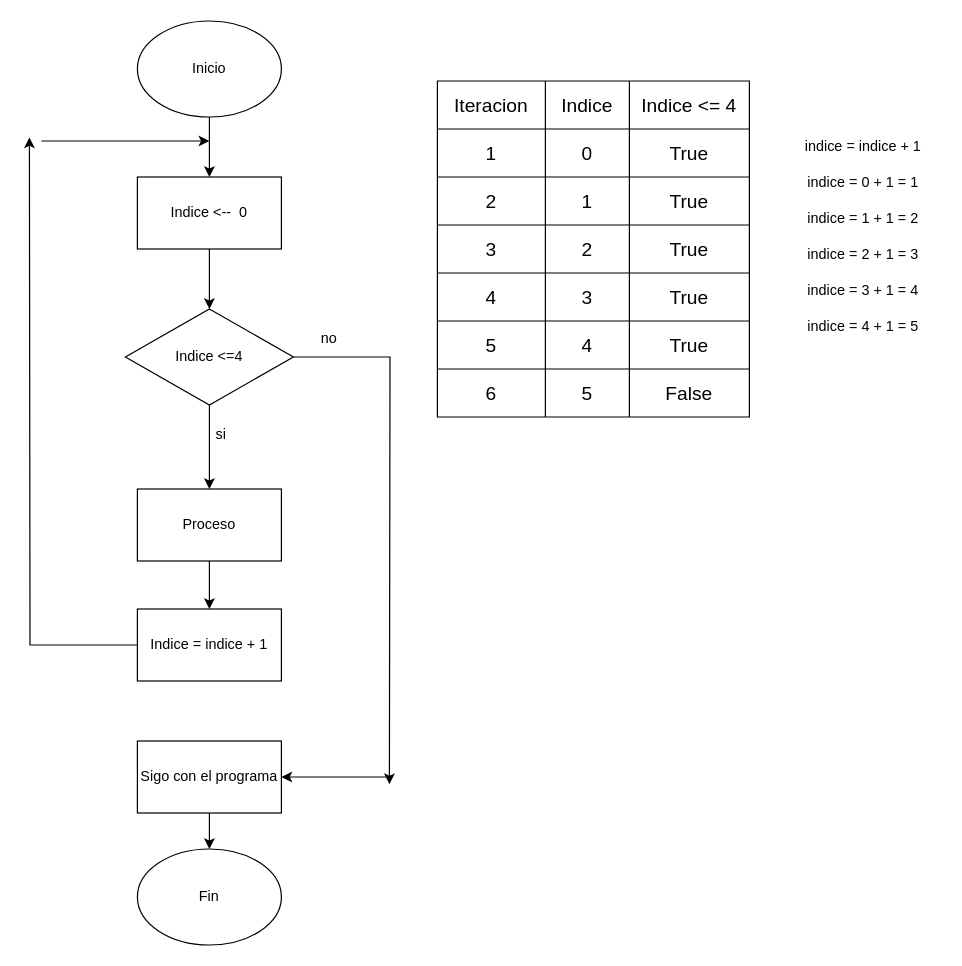
ees0829/soft-301-leccion04 keeps this draw.io diagram as Diagrama sin título.drawio. Above is the earlier version. Source tidied: cells renumbered, new cells numbered last; positions are measured from the earlier drawing's top-left corner, leaving out a move shared by most shapes. Both pictures are drawn from the tidied source at 120%, with x=0, y=0 at pixel (29, 20).
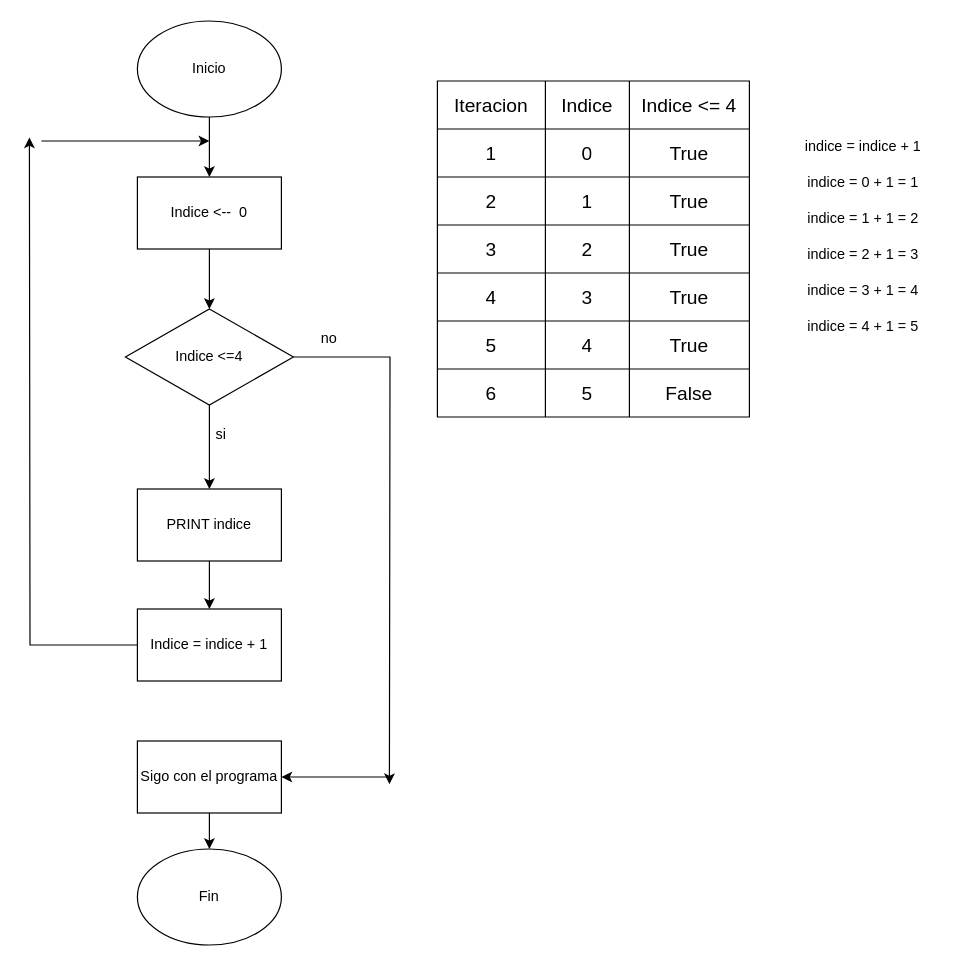
The same diagram, later.

What changed in the source:
```diff
@@
-    <mxCell id="10" value="Proceso" style="rounded=0;whiteSpace=wrap;html=1;" parent="1" vertex="1">
+    <mxCell id="10" value="PRINT indice" style="rounded=0;whiteSpace=wrap;html=1;" parent="1" vertex="1">
       <mxGeometry x="90" y="390" width="120" height="60" as="geometry" />
     </mxCell>
```
